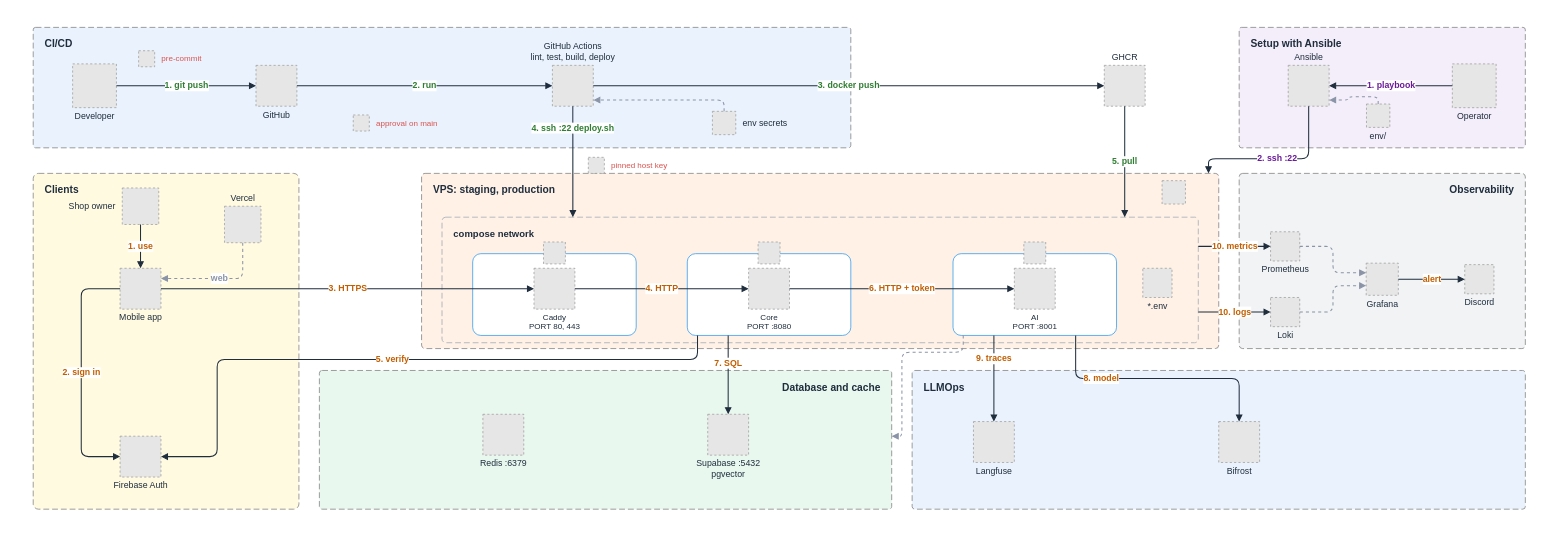
Earlier version of the draw.io diagram docs/architecture/diagrams/src/ci-cd.drawio (miphu2804/smart-ledger). Source tidied: cells renumbered, new cells numbered last; positions are measured from the earlier drawing's top-left corner, leaving out a move shared by most shapes. Both pictures are drawn from the tidied source at 73%, with x=0, y=0 at pixel (12, 12). Pictures stored in the file or linked from it are replaced by grey dashed boxes.
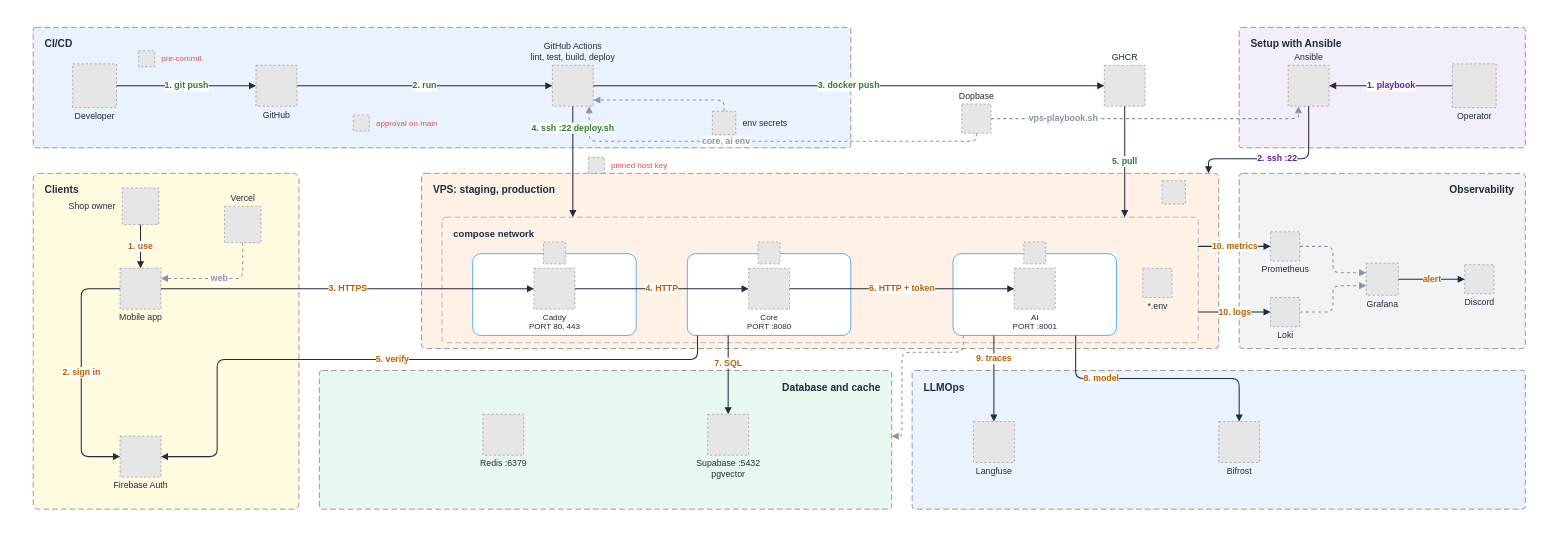
Above is the later version.

Commit message (it also covers changes not shown here):
docs(ci-cd): show dopbase as the source of deploy secrets

Unchanged cells that the change refers to:
```xml
<mxCell id="6" value="GitHub Actions&lt;br&gt;lint, test, build, deploy" style="fillColor=#E6E6E6;strokeColor=#999999;dashed=1;verticalLabelPosition=top;verticalAlign=bottom;spacingBottom=2;html=1;fontColor=#1f2d3d;fontSize=12;" parent="1" vertex="1">
  <mxGeometry x="739.2" y="72" width="56" height="56" as="geometry" />
</mxCell>
<mxCell id="13" value="Ansible" style="fillColor=#E6E6E6;strokeColor=#999999;dashed=1;verticalLabelPosition=top;verticalAlign=bottom;spacingBottom=2;html=1;fontColor=#1f2d3d;fontSize=12;" parent="1" vertex="1">
  <mxGeometry x="1747.2" y="72" width="56" height="56" as="geometry" />
</mxCell>
```

Diff of the diagram source:
```diff
@@
-    <mxCell id="14" value="env/" style="fillColor=#E6E6E6;strokeColor=#999999;dashed=1;verticalLabelPosition=bottom;verticalAlign=top;spacingTop=-2;html=1;fontColor=#1f2d3d;fontSize=12;" parent="1" vertex="1">
-      <mxGeometry x="1854.4" y="125" width="32" height="32" as="geometry" />
-    </mxCell>
@@
+    <mxCell id="70" value="Dopbase" style="fillColor=#E6E6E6;strokeColor=#999999;dashed=1;verticalLabelPosition=top;verticalAlign=bottom;spacingBottom=2;html=1;fontColor=#1f2d3d;fontSize=12;" parent="1" vertex="1">
+      <mxGeometry x="1300" y="125" width="40" height="40" as="geometry" />
+    </mxCell>
+    <mxCell id="71" value="core, ai env" style="edgeStyle=orthogonalEdgeStyle;rounded=1;html=1;endArrow=block;endSize=6;strokeColor=#8a94a6;strokeWidth=1.4;dashed=1;fontColor=#8a94a6;fontStyle=1;fontSize=12;labelBackgroundColor=#ffffff;exitX=0.5;exitY=1;entryX=0.9;entryY=1;" parent="1" edge="1" source="70" target="6">
+      <mxGeometry x="0.2" relative="1" as="geometry">
+        <Array as="points">
+          <mxPoint x="1320" y="176" />
+          <mxPoint x="789.6" y="176" />
+        </Array>
+      </mxGeometry>
+    </mxCell>
+    <mxCell id="72" value="vps-playbook.sh" style="edgeStyle=orthogonalEdgeStyle;rounded=1;html=1;endArrow=block;endSize=6;strokeColor=#8a94a6;strokeWidth=1.4;dashed=1;fontColor=#8a94a6;fontStyle=1;fontSize=12;labelBackgroundColor=#ffffff;exitX=1;exitY=0.5;entryX=0.25;entryY=1;" parent="1" edge="1" source="70" target="13">
+      <mxGeometry x="-0.55" relative="1" as="geometry" />
+    </mxCell>
@@
-    <mxCell id="50" style="edgeStyle=orthogonalEdgeStyle;rounded=1;html=1;endArrow=block;endSize=6;strokeColor=#8a94a6;strokeWidth=1.4;dashed=1;fontColor=#8a94a6;fontStyle=1;fontSize=12;labelBackgroundColor=#ffffff;exitX=0.5;exitY=0;entryX=1;entryY=0.85;" parent="1" edge="1" source="14" target="13">
-      <mxGeometry relative="1" as="geometry" />
-    </mxCell>
```
